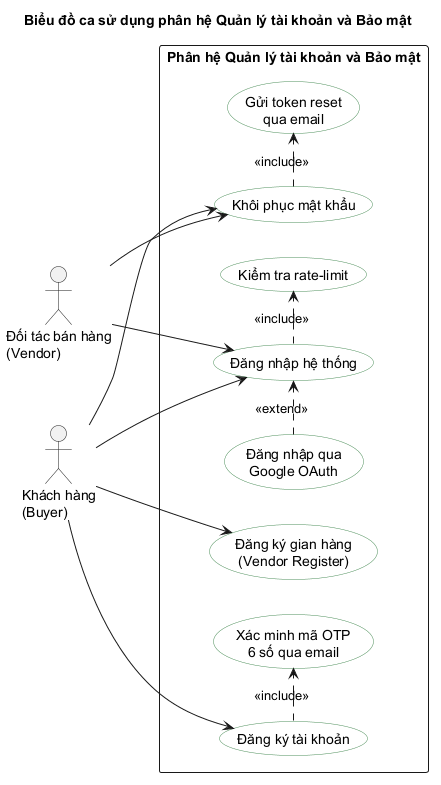
Earlier version of the PlantUML export report/Chuong/images/generated/auth_security_use_case.png (kiwwi1/DATN). Its diagram source:
```plantuml
@startuml
left to right direction
skinparam shadowing false
skinparam packageStyle rectangle
skinparam usecase {
  BackgroundColor white
  BorderColor #4D8F5A
}

title Biểu đồ ca sử dụng phân hệ Quản lý tài khoản và Bảo mật

actor "Khách hàng\n(Buyer)" as Buyer
actor "Đối tác bán hàng\n(Vendor)" as Vendor

rectangle "Phân hệ Quản lý tài khoản và Bảo mật" {
  usecase "Đăng ký tài khoản" as UC_Register
  usecase "Xác minh mã OTP\n6 số qua email" as UC_OTP
  usecase "Đăng nhập hệ thống" as UC_Login
  usecase "Kiểm tra rate-limit" as UC_RateLimit
  usecase "Đăng nhập qua\nGoogle OAuth" as UC_Google
  usecase "Đăng ký gian hàng\n(Vendor Register)" as UC_VendorRegister
  usecase "Khôi phục mật khẩu" as UC_Forgot
  usecase "Gửi token reset\nqua email" as UC_ResetToken
}

Buyer --> UC_Register
Buyer --> UC_Login
Buyer --> UC_VendorRegister
Buyer --> UC_Forgot

Vendor --> UC_Login
Vendor --> UC_Forgot

UC_Register .> UC_OTP : <<include>>
UC_Login .> UC_RateLimit : <<include>>
UC_Google .> UC_Login : <<extend>>
UC_Forgot .> UC_ResetToken : <<include>>

@enduml
```
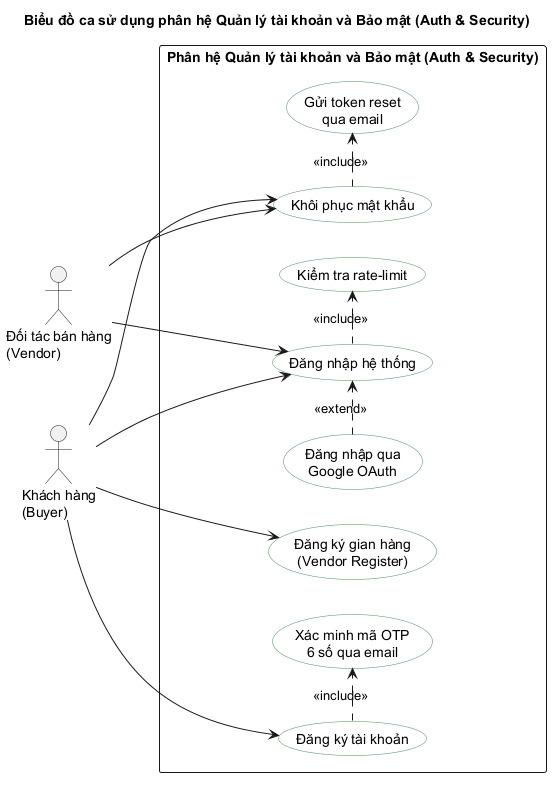
Above is the later version.

Change to the diagram source:
```diff
@@ -7,12 +7,12 @@
   BorderColor #4D8F5A
 }
 
-title Biểu đồ ca sử dụng phân hệ Quản lý tài khoản và Bảo mật
+title Biểu đồ ca sử dụng phân hệ Quản lý tài khoản và Bảo mật (Auth & Security)
 
 actor "Khách hàng\n(Buyer)" as Buyer
 actor "Đối tác bán hàng\n(Vendor)" as Vendor
 
-rectangle "Phân hệ Quản lý tài khoản và Bảo mật" {
+rectangle "Phân hệ Quản lý tài khoản và Bảo mật (Auth & Security)" {
   usecase "Đăng ký tài khoản" as UC_Register
   usecase "Xác minh mã OTP\n6 số qua email" as UC_OTP
   usecase "Đăng nhập hệ thống" as UC_Login
```
